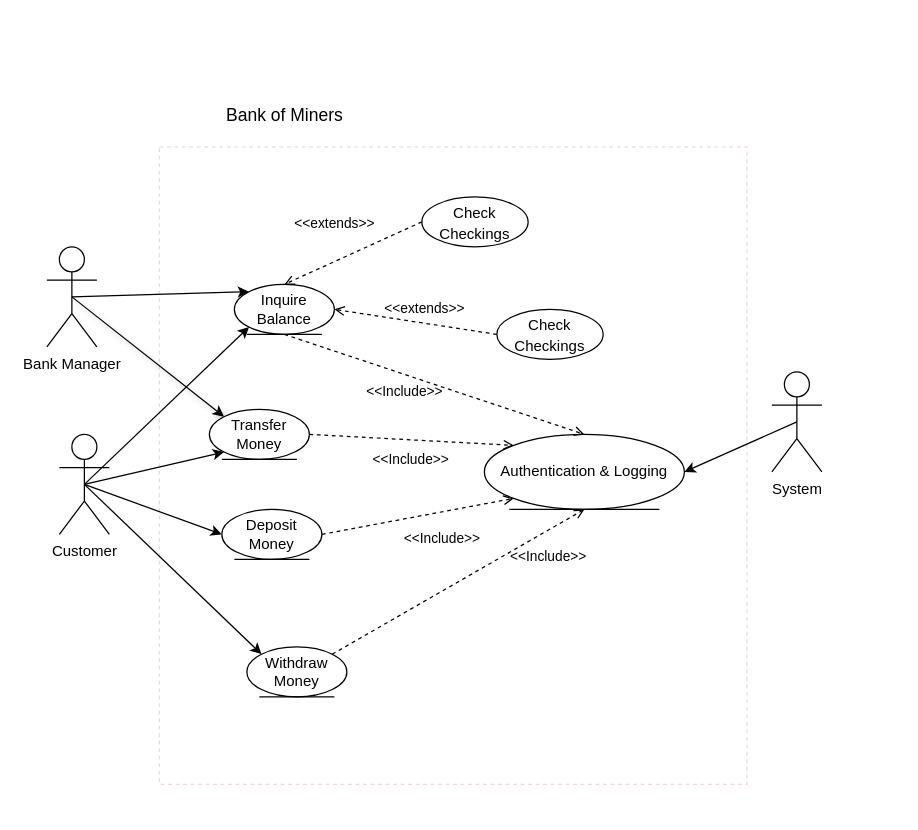
This is UML Diagrams/UML Use Case Diagram.drawio from V00D00M/El-Paso-Miners-Bank, a draw.io file, before an edit. Source tidied: cells renumbered, new cells numbered last; positions are measured from the earlier drawing's top-left corner, leaving out a move shared by most shapes. Both pictures are drawn from the tidied source at 125%, with x=0, y=0 at pixel (21, 21).
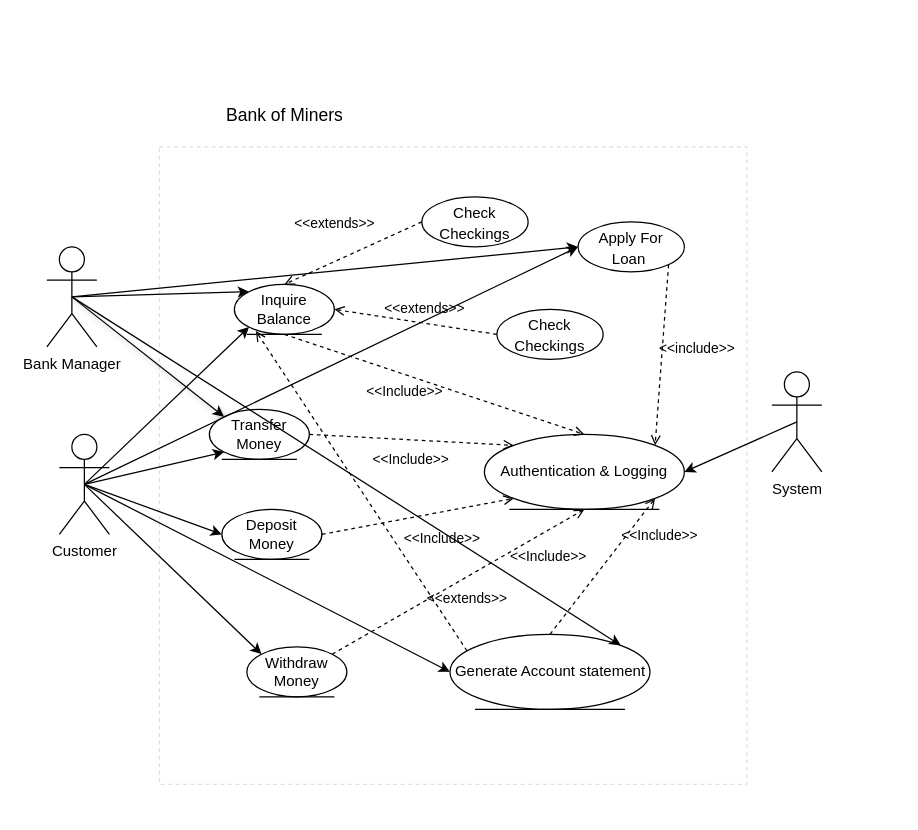
Above is the later version.

Commit message (it also covers changes not shown here):
fixed the Account.java class and added two use cases to the uml use case diagram

The change refers to these unchanged cells:
```xml
<mxCell id="11" value="Inquire Balance" style="ellipse;shape=umlEntity;whiteSpace=wrap;html=1;" parent="1" vertex="1">
  <mxGeometry x="170" y="210" width="80" height="40" as="geometry" />
</mxCell>
<mxCell id="14" value="Authentication &amp;amp; Logging" style="ellipse;shape=umlEntity;whiteSpace=wrap;html=1;" parent="1" vertex="1">
  <mxGeometry x="370" y="330" width="160" height="60" as="geometry" />
</mxCell>
```

The edit, as a diff of the source:
```diff
@@
+    <mxCell id="28" value="Generate Account statement" style="ellipse;shape=umlEntity;whiteSpace=wrap;html=1;" parent="1" vertex="1">
+      <mxGeometry x="342.5" y="490" width="160" height="60" as="geometry" />
+    </mxCell>
+    <mxCell id="29" value="&lt;font style=&quot;font-size: 12px;&quot;&gt;Apply For Loan&amp;nbsp;&lt;/font&gt;" style="ellipse;whiteSpace=wrap;html=1;fontFamily=Helvetica;fontSize=14;fontColor=default;fillColor=none;gradientColor=none;" parent="1" vertex="1">
+      <mxGeometry x="445" y="160" width="85" height="40" as="geometry" />
+    </mxCell>
+    <mxCell id="30" style="edgeStyle=none;html=1;entryX=0;entryY=0.5;entryDx=0;entryDy=0;" parent="1" edge="1" target="28">
+      <mxGeometry relative="1" as="geometry">
+        <mxPoint x="50" y="370" as="sourcePoint" />
+      </mxGeometry>
+    </mxCell>
+    <mxCell id="31" style="edgeStyle=none;html=1;entryX=0;entryY=0.5;entryDx=0;entryDy=0;" parent="1" edge="1" target="29">
+      <mxGeometry relative="1" as="geometry">
+        <mxPoint x="50" y="370" as="sourcePoint" />
+      </mxGeometry>
+    </mxCell>
+    <mxCell id="32" style="edgeStyle=none;html=1;entryX=0;entryY=0.5;entryDx=0;entryDy=0;" parent="1" edge="1" target="29">
+      <mxGeometry relative="1" as="geometry">
+        <mxPoint x="40" y="220" as="sourcePoint" />
+      </mxGeometry>
+    </mxCell>
+    <mxCell id="33" style="edgeStyle=none;html=1;entryX=1;entryY=0;entryDx=0;entryDy=0;" parent="1" edge="1" target="28">
+      <mxGeometry relative="1" as="geometry">
+        <mxPoint x="40" y="220" as="sourcePoint" />
+      </mxGeometry>
+    </mxCell>
+    <mxCell id="34" value="&amp;lt;&amp;lt;include&amp;gt;&amp;gt;" style="html=1;verticalAlign=bottom;labelBackgroundColor=none;endArrow=open;endFill=0;dashed=1;exitX=1;exitY=1;exitDx=0;exitDy=0;entryX=1;entryY=0;entryDx=0;entryDy=0;" parent="1" edge="1" source="29" target="14">
+      <mxGeometry x="0.02" y="28" relative="1" as="geometry" />
+    </mxCell>
+    <mxCell id="35" value="&amp;lt;&amp;lt;Include&amp;gt;&amp;gt;" style="html=1;verticalAlign=bottom;labelBackgroundColor=none;endArrow=open;endFill=0;dashed=1;exitX=0.5;exitY=0;exitDx=0;exitDy=0;entryX=1;entryY=1;entryDx=0;entryDy=0;" parent="1" edge="1" source="28" target="14">
+      <mxGeometry x="0.58" y="-26" relative="1" as="geometry" />
+    </mxCell>
+    <mxCell id="36" value="&amp;lt;&amp;lt;extends&amp;gt;&amp;gt;" style="html=1;verticalAlign=bottom;labelBackgroundColor=none;endArrow=open;endFill=0;dashed=1;exitX=0.085;exitY=0.22;exitDx=0;exitDy=0;exitPerimeter=0;entryX=0.215;entryY=0.934;entryDx=0;entryDy=0;entryPerimeter=0;" parent="1" edge="1" source="28" target="11">
+      <mxGeometry x="-0.82" y="-18" relative="1" as="geometry" />
+    </mxCell>
```
